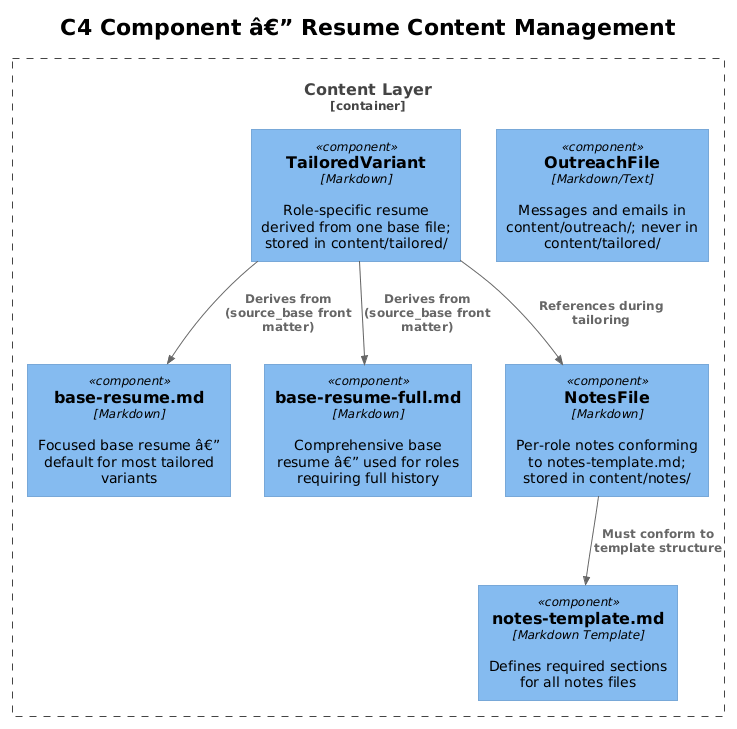
Before: docs/detailed-designs/01-resume-content-management/diagrams/c4_component.png, a diagram exported from PlantUML (QuinntyneBrown/Orbit).
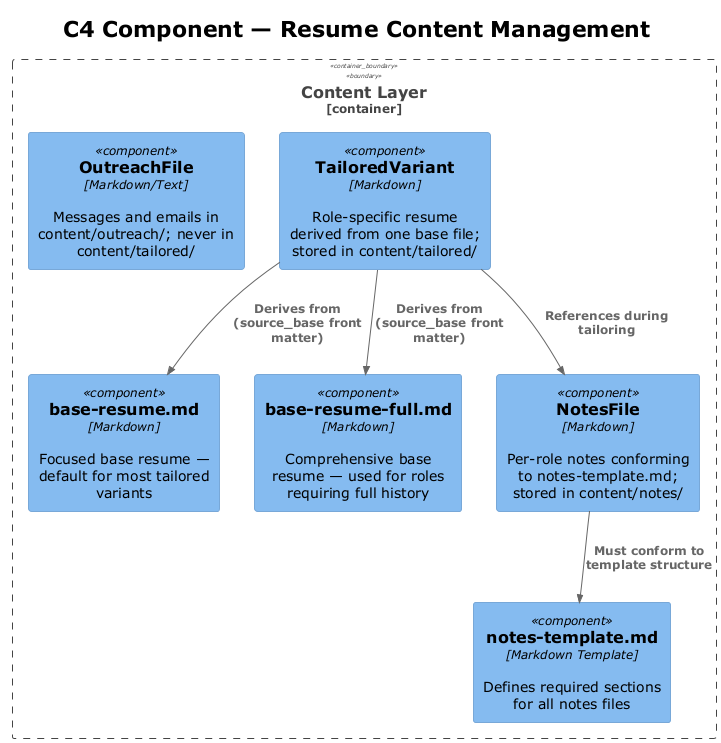
Above is the later version.

What changed in the source:
```diff
@@ -1,12 +1,12 @@
-@startuml
+@startuml c4_component
 !theme plain
 !include <C4/C4_Component>
 
-title C4 Component â€” Resume Content Management
+title C4 Component — Resume Content Management
 
 Container_Boundary(content, "Content Layer") {
-    Component(focused, "base-resume.md", "Markdown", "Focused base resume â€” default for most tailored variants")
-    Component(full, "base-resume-full.md", "Markdown", "Comprehensive base resume â€” used for roles requiring full history")
+    Component(focused, "base-resume.md", "Markdown", "Focused base resume — default for most tailored variants")
+    Component(full, "base-resume-full.md", "Markdown", "Comprehensive base resume — used for roles requiring full history")
     Component(variant, "TailoredVariant", "Markdown", "Role-specific resume derived from one base file; stored in content/tailored/")
     Component(notes, "NotesFile", "Markdown", "Per-role notes conforming to notes-template.md; stored in content/notes/")
     Component(outreach, "OutreachFile", "Markdown/Text", "Messages and emails in content/outreach/; never in content/tailored/")
@@ -17,4 +17,5 @@
 Rel(variant, full, "Derives from (source_base front matter)")
 Rel(notes, tmpl, "Must conform to template structure")
 Rel(variant, notes, "References during tailoring")
+
 @enduml
```
